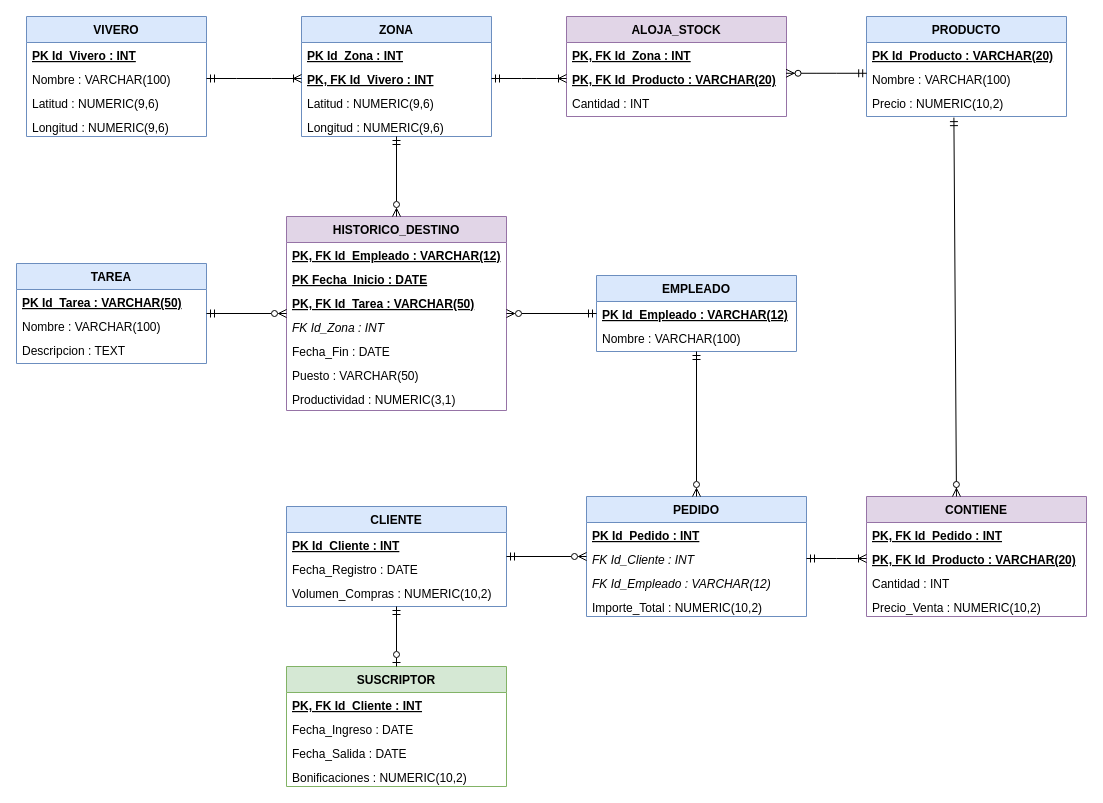
Earlier version of the draw.io diagram diagrama_modelo_relacional.drawio (sergiorosalescal/p04_adbd_modelo_relacional). Source tidied: cells renumbered, new cells numbered last; positions are measured from the earlier drawing's top-left corner, leaving out a move shared by most shapes. Both pictures are drawn from the tidied source at 100%, with x=0, y=0 at pixel (16, 16).
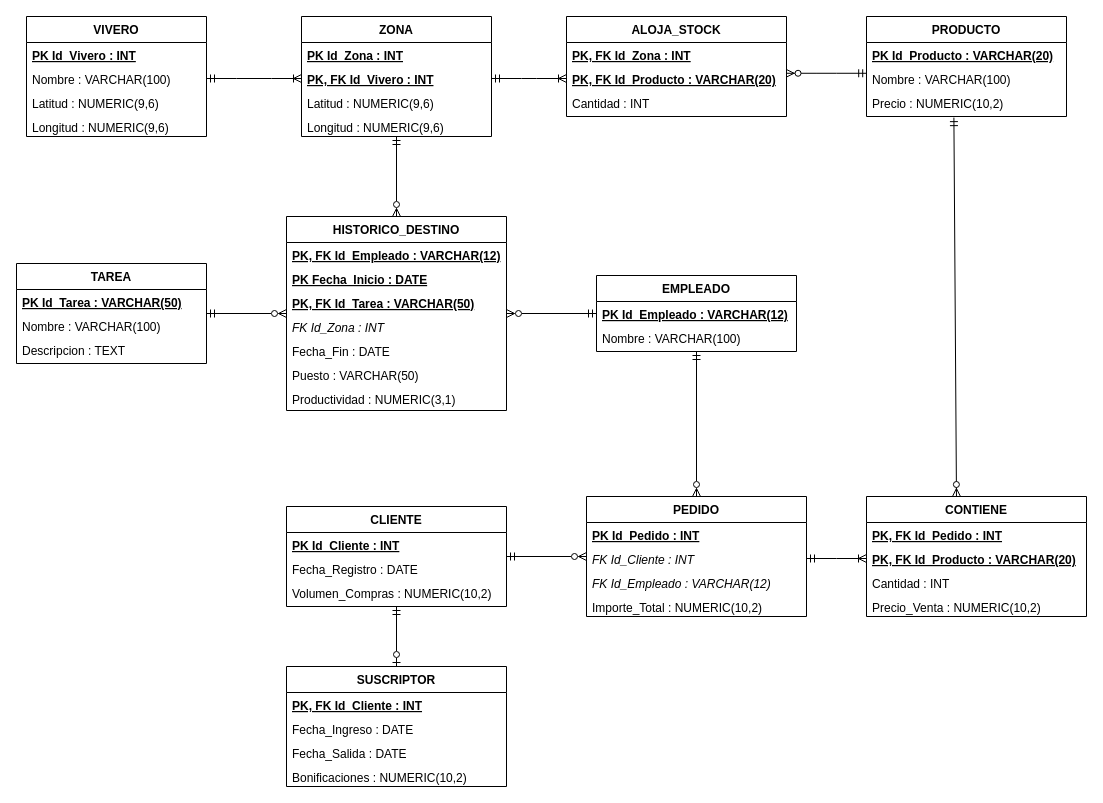
The same diagram, later.

Diff of the diagram source:
```diff
@@
-    <mxCell id="2" value="VIVERO" style="swimlane;fontStyle=1;align=center;verticalAlign=top;horizontal=1;startSize=26;fillColor=#dae8fc;strokeColor=#6c8ebf;" parent="1" vertex="1">
+    <mxCell id="2" value="VIVERO" style="swimlane;fontStyle=1;align=center;verticalAlign=top;horizontal=1;startSize=26;" parent="1" vertex="1">
       <mxGeometry x="10" width="180" height="120" as="geometry" />
     </mxCell>
-    <mxCell id="3" value="PK  Id_Vivero : INT" style="text;strokeColor=none;fillColor=none;align=left;verticalAlign=top;spacingLeft=4;spacingRight=4;overflow=hidden;fontStyle=5;" parent="2" vertex="1">
+    <mxCell id="3" value="PK  Id_Vivero : INT" style="text;align=left;verticalAlign=top;spacingLeft=4;spacingRight=4;overflow=hidden;fontStyle=5;" parent="2" vertex="1">
       <mxGeometry y="26" width="180" height="24" as="geometry" />
     </mxCell>
-    <mxCell id="4" value="      Nombre : VARCHAR(100)" style="text;strokeColor=none;fillColor=none;align=left;verticalAlign=top;spacingLeft=4;spacingRight=4;overflow=hidden;points=[[0,0.5],[1,0.5]];portConstraint=eastwest;" parent="2" vertex="1">
+    <mxCell id="4" value="      Nombre : VARCHAR(100)" style="text;align=left;verticalAlign=top;spacingLeft=4;spacingRight=4;overflow=hidden;points=[[0,0.5],[1,0.5]];portConstraint=eastwest;" parent="2" vertex="1">
       <mxGeometry y="50" width="180" height="24" as="geometry" />
     </mxCell>
-    <mxCell id="5" value="      Latitud : NUMERIC(9,6)" style="text;strokeColor=none;fillColor=none;align=left;verticalAlign=top;spacingLeft=4;spacingRight=4;overflow=hidden;" parent="2" vertex="1">
+    <mxCell id="5" value="      Latitud : NUMERIC(9,6)" style="text;align=left;verticalAlign=top;spacingLeft=4;spacingRight=4;overflow=hidden;" parent="2" vertex="1">
       <mxGeometry y="74" width="180" height="24" as="geometry" />
     </mxCell>
-    <mxCell id="6" value="      Longitud : NUMERIC(9,6)" style="text;strokeColor=none;fillColor=none;align=left;verticalAlign=top;spacingLeft=4;spacingRight=4;overflow=hidden;" parent="2" vertex="1">
+    <mxCell id="6" value="      Longitud : NUMERIC(9,6)" style="text;align=left;verticalAlign=top;spacingLeft=4;spacingRight=4;overflow=hidden;" parent="2" vertex="1">
       <mxGeometry y="98" width="180" height="22" as="geometry" />
     </mxCell>
-    <mxCell id="7" value="ZONA" style="swimlane;fontStyle=1;align=center;verticalAlign=top;horizontal=1;startSize=26;fillColor=#dae8fc;strokeColor=#6c8ebf;" parent="1" vertex="1">
+    <mxCell id="7" value="ZONA" style="swimlane;fontStyle=1;align=center;verticalAlign=top;horizontal=1;startSize=26;" parent="1" vertex="1">
       <mxGeometry x="285" width="190" height="120" as="geometry" />
     </mxCell>
-    <mxCell id="8" value="PK  Id_Zona : INT" style="text;strokeColor=none;fillColor=none;align=left;verticalAlign=top;spacingLeft=4;spacingRight=4;overflow=hidden;fontStyle=5;" parent="7" vertex="1">
+    <mxCell id="8" value="PK  Id_Zona : INT" style="text;align=left;verticalAlign=top;spacingLeft=4;spacingRight=4;overflow=hidden;fontStyle=5;" parent="7" vertex="1">
       <mxGeometry y="26" width="190" height="24" as="geometry" />
     </mxCell>
-    <mxCell id="9" value="PK, FK  Id_Vivero : INT" style="text;strokeColor=none;fillColor=none;align=left;verticalAlign=top;spacingLeft=4;spacingRight=4;overflow=hidden;points=[[0,0.5],[1,0.5]];portConstraint=eastwest;fontStyle=5;" parent="7" vertex="1">
+    <mxCell id="9" value="PK, FK  Id_Vivero : INT" style="text;align=left;verticalAlign=top;spacingLeft=4;spacingRight=4;overflow=hidden;points=[[0,0.5],[1,0.5]];portConstraint=eastwest;fontStyle=5;" parent="7" vertex="1">
       <mxGeometry y="50" width="190" height="24" as="geometry" />
     </mxCell>
-    <mxCell id="10" value="      Latitud : NUMERIC(9,6)" style="text;strokeColor=none;fillColor=none;align=left;verticalAlign=top;spacingLeft=4;spacingRight=4;overflow=hidden;" parent="7" vertex="1">
+    <mxCell id="10" value="      Latitud : NUMERIC(9,6)" style="text;align=left;verticalAlign=top;spacingLeft=4;spacingRight=4;overflow=hidden;" parent="7" vertex="1">
       <mxGeometry y="74" width="190" height="24" as="geometry" />
     </mxCell>
-    <mxCell id="11" value="      Longitud : NUMERIC(9,6)" style="text;strokeColor=none;fillColor=none;align=left;verticalAlign=top;spacingLeft=4;spacingRight=4;overflow=hidden;" parent="7" vertex="1">
+    <mxCell id="11" value="      Longitud : NUMERIC(9,6)" style="text;align=left;verticalAlign=top;spacingLeft=4;spacingRight=4;overflow=hidden;" parent="7" vertex="1">
       <mxGeometry y="98" width="190" height="22" as="geometry" />
     </mxCell>
-    <mxCell id="12" value="ALOJA_STOCK" style="swimlane;fontStyle=1;align=center;verticalAlign=top;horizontal=1;startSize=26;fillColor=#e1d5e7;strokeColor=#9673a6;" parent="1" vertex="1">
+    <mxCell id="12" value="ALOJA_STOCK" style="swimlane;fontStyle=1;align=center;verticalAlign=top;horizontal=1;startSize=26;" parent="1" vertex="1">
       <mxGeometry x="550" width="220" height="100" as="geometry" />
     </mxCell>
-    <mxCell id="13" value="PK, FK  Id_Zona : INT" style="text;strokeColor=none;fillColor=none;align=left;verticalAlign=top;spacingLeft=4;spacingRight=4;overflow=hidden;fontStyle=5;" parent="12" vertex="1">
+    <mxCell id="13" value="PK, FK  Id_Zona : INT" style="text;align=left;verticalAlign=top;spacingLeft=4;spacingRight=4;overflow=hidden;fontStyle=5;" parent="12" vertex="1">
       <mxGeometry y="26" width="220" height="24" as="geometry" />
     </mxCell>
-    <mxCell id="14" value="PK, FK  Id_Producto : VARCHAR(20)" style="text;strokeColor=none;fillColor=none;align=left;verticalAlign=top;spacingLeft=4;spacingRight=4;overflow=hidden;points=[[0,0.5],[1,0.5]];portConstraint=eastwest;fontStyle=5;" parent="12" vertex="1">
+    <mxCell id="14" value="PK, FK  Id_Producto : VARCHAR(20)" style="text;align=left;verticalAlign=top;spacingLeft=4;spacingRight=4;overflow=hidden;points=[[0,0.5],[1,0.5]];portConstraint=eastwest;fontStyle=5;" parent="12" vertex="1">
       <mxGeometry y="50" width="220" height="24" as="geometry" />
     </mxCell>
-    <mxCell id="15" value="            Cantidad : INT" style="text;strokeColor=none;fillColor=none;align=left;verticalAlign=top;spacingLeft=4;spacingRight=4;overflow=hidden;" parent="12" vertex="1">
+    <mxCell id="15" value="            Cantidad : INT" style="text;align=left;verticalAlign=top;spacingLeft=4;spacingRight=4;overflow=hidden;" parent="12" vertex="1">
       <mxGeometry y="74" width="220" height="26" as="geometry" />
     </mxCell>
-    <mxCell id="16" value="PRODUCTO" style="swimlane;fontStyle=1;align=center;verticalAlign=top;horizontal=1;startSize=26;fillColor=#dae8fc;strokeColor=#6c8ebf;" parent="1" vertex="1">
+    <mxCell id="16" value="PRODUCTO" style="swimlane;fontStyle=1;align=center;verticalAlign=top;horizontal=1;startSize=26;" parent="1" vertex="1">
       <mxGeometry x="850" width="200" height="100" as="geometry" />
     </mxCell>
-    <mxCell id="17" value="PK  Id_Producto : VARCHAR(20)" style="text;strokeColor=none;fillColor=none;align=left;verticalAlign=top;spacingLeft=4;spacingRight=4;overflow=hidden;fontStyle=5;" parent="16" vertex="1">
+    <mxCell id="17" value="PK  Id_Producto : VARCHAR(20)" style="text;align=left;verticalAlign=top;spacingLeft=4;spacingRight=4;overflow=hidden;fontStyle=5;" parent="16" vertex="1">
       <mxGeometry y="26" width="200" height="24" as="geometry" />
     </mxCell>
-    <mxCell id="18" value="      Nombre : VARCHAR(100)" style="text;strokeColor=none;fillColor=none;align=left;verticalAlign=top;spacingLeft=4;spacingRight=4;overflow=hidden;points=[[0,0.5],[1,0.5]];portConstraint=eastwest;" parent="16" vertex="1">
+    <mxCell id="18" value="      Nombre : VARCHAR(100)" style="text;align=left;verticalAlign=top;spacingLeft=4;spacingRight=4;overflow=hidden;points=[[0,0.5],[1,0.5]];portConstraint=eastwest;" parent="16" vertex="1">
       <mxGeometry y="50" width="200" height="24" as="geometry" />
     </mxCell>
-    <mxCell id="19" value="      Precio : NUMERIC(10,2)" style="text;strokeColor=none;fillColor=none;align=left;verticalAlign=top;spacingLeft=4;spacingRight=4;overflow=hidden;points=[[0,0.5],[1,0.5]];portConstraint=eastwest;" parent="16" vertex="1">
+    <mxCell id="19" value="      Precio : NUMERIC(10,2)" style="text;align=left;verticalAlign=top;spacingLeft=4;spacingRight=4;overflow=hidden;points=[[0,0.5],[1,0.5]];portConstraint=eastwest;" parent="16" vertex="1">
       <mxGeometry y="74" width="200" height="26" as="geometry" />
     </mxCell>
-    <mxCell id="20" value="TAREA" style="swimlane;fontStyle=1;align=center;verticalAlign=top;horizontal=1;startSize=26;fillColor=#dae8fc;strokeColor=#6c8ebf;" parent="1" vertex="1">
+    <mxCell id="20" value="TAREA" style="swimlane;fontStyle=1;align=center;verticalAlign=top;horizontal=1;startSize=26;" parent="1" vertex="1">
       <mxGeometry y="247" width="190" height="100" as="geometry" />
     </mxCell>
-    <mxCell id="21" value="PK  Id_Tarea : VARCHAR(50)" style="text;strokeColor=none;fillColor=none;align=left;verticalAlign=top;spacingLeft=4;spacingRight=4;overflow=hidden;fontStyle=5;" parent="20" vertex="1">
+    <mxCell id="21" value="PK  Id_Tarea : VARCHAR(50)" style="text;align=left;verticalAlign=top;spacingLeft=4;spacingRight=4;overflow=hidden;fontStyle=5;" parent="20" vertex="1">
       <mxGeometry y="26" width="190" height="24" as="geometry" />
     </mxCell>
-    <mxCell id="22" value="      Nombre : VARCHAR(100)" style="text;strokeColor=none;fillColor=none;align=left;verticalAlign=top;spacingLeft=4;spacingRight=4;overflow=hidden;" parent="20" vertex="1">
+    <mxCell id="22" value="      Nombre : VARCHAR(100)" style="text;align=left;verticalAlign=top;spacingLeft=4;spacingRight=4;overflow=hidden;" parent="20" vertex="1">
       <mxGeometry y="50" width="190" height="24" as="geometry" />
     </mxCell>
-    <mxCell id="23" value="      Descripcion : TEXT" style="text;strokeColor=none;fillColor=none;align=left;verticalAlign=top;spacingLeft=4;spacingRight=4;overflow=hidden;" parent="20" vertex="1">
+    <mxCell id="23" value="      Descripcion : TEXT" style="text;align=left;verticalAlign=top;spacingLeft=4;spacingRight=4;overflow=hidden;" parent="20" vertex="1">
       <mxGeometry y="74" width="190" height="26" as="geometry" />
     </mxCell>
-    <mxCell id="24" value="HISTORICO_DESTINO" style="swimlane;fontStyle=1;align=center;verticalAlign=top;horizontal=1;startSize=26;fillColor=#e1d5e7;strokeColor=#9673a6;" parent="1" vertex="1">
+    <mxCell id="24" value="HISTORICO_DESTINO" style="swimlane;fontStyle=1;align=center;verticalAlign=top;horizontal=1;startSize=26;" parent="1" vertex="1">
       <mxGeometry x="270" y="200" width="220" height="194" as="geometry" />
     </mxCell>
-    <mxCell id="25" value="PK, FK  Id_Empleado : VARCHAR(12)" style="text;strokeColor=none;fillColor=none;align=left;verticalAlign=top;spacingLeft=4;spacingRight=4;overflow=hidden;fontStyle=5;" parent="24" vertex="1">
+    <mxCell id="25" value="PK, FK  Id_Empleado : VARCHAR(12)" style="text;align=left;verticalAlign=top;spacingLeft=4;spacingRight=4;overflow=hidden;fontStyle=5;" parent="24" vertex="1">
       <mxGeometry y="26" width="220" height="24" as="geometry" />
     </mxCell>
-    <mxCell id="26" value="PK        Fecha_Inicio : DATE" style="text;strokeColor=none;fillColor=none;align=left;verticalAlign=top;spacingLeft=4;spacingRight=4;overflow=hidden;fontStyle=5;" parent="24" vertex="1">
+    <mxCell id="26" value="PK        Fecha_Inicio : DATE" style="text;align=left;verticalAlign=top;spacingLeft=4;spacingRight=4;overflow=hidden;fontStyle=5;" parent="24" vertex="1">
       <mxGeometry y="50" width="220" height="24" as="geometry" />
     </mxCell>
-    <mxCell id="27" value="PK, FK        Id_Tarea : VARCHAR(50)" style="text;strokeColor=none;fillColor=none;align=left;verticalAlign=top;spacingLeft=4;spacingRight=4;overflow=hidden;fontStyle=5;" parent="24" vertex="1">
+    <mxCell id="27" value="PK, FK        Id_Tarea : VARCHAR(50)" style="text;align=left;verticalAlign=top;spacingLeft=4;spacingRight=4;overflow=hidden;fontStyle=5;" parent="24" vertex="1">
       <mxGeometry y="74" width="220" height="24" as="geometry" />
     </mxCell>
-    <mxCell id="28" value="FK        Id_Zona : INT" style="text;strokeColor=none;fillColor=none;align=left;verticalAlign=top;spacingLeft=4;spacingRight=4;overflow=hidden;fontStyle=2;" parent="24" vertex="1">
+    <mxCell id="28" value="FK        Id_Zona : INT" style="text;align=left;verticalAlign=top;spacingLeft=4;spacingRight=4;overflow=hidden;fontStyle=2;" parent="24" vertex="1">
       <mxGeometry y="98" width="220" height="24" as="geometry" />
     </mxCell>
-    <mxCell id="29" value="            Fecha_Fin : DATE" style="text;strokeColor=none;fillColor=none;align=left;verticalAlign=top;spacingLeft=4;spacingRight=4;overflow=hidden;" parent="24" vertex="1">
+    <mxCell id="29" value="            Fecha_Fin : DATE" style="text;align=left;verticalAlign=top;spacingLeft=4;spacingRight=4;overflow=hidden;" parent="24" vertex="1">
       <mxGeometry y="122" width="220" height="24" as="geometry" />
     </mxCell>
-    <mxCell id="30" value="            Puesto : VARCHAR(50)" style="text;strokeColor=none;fillColor=none;align=left;verticalAlign=top;spacingLeft=4;spacingRight=4;overflow=hidden;" parent="24" vertex="1">
+    <mxCell id="30" value="            Puesto : VARCHAR(50)" style="text;align=left;verticalAlign=top;spacingLeft=4;spacingRight=4;overflow=hidden;" parent="24" vertex="1">
       <mxGeometry y="146" width="220" height="24" as="geometry" />
     </mxCell>
-    <mxCell id="31" value="            Productividad : NUMERIC(3,1)" style="text;strokeColor=none;fillColor=none;align=left;verticalAlign=top;spacingLeft=4;spacingRight=4;overflow=hidden;" parent="24" vertex="1">
+    <mxCell id="31" value="            Productividad : NUMERIC(3,1)" style="text;align=left;verticalAlign=top;spacingLeft=4;spacingRight=4;overflow=hidden;" parent="24" vertex="1">
       <mxGeometry y="170" width="220" height="24" as="geometry" />
     </mxCell>
-    <mxCell id="32" value="EMPLEADO" style="swimlane;fontStyle=1;align=center;verticalAlign=top;horizontal=1;startSize=26;fillColor=#dae8fc;strokeColor=#6c8ebf;" parent="1" vertex="1">
+    <mxCell id="32" value="EMPLEADO" style="swimlane;fontStyle=1;align=center;verticalAlign=top;horizontal=1;startSize=26;" parent="1" vertex="1">
       <mxGeometry x="580" y="259" width="200" height="76" as="geometry" />
     </mxCell>
-    <mxCell id="33" value="PK  Id_Empleado : VARCHAR(12)" style="text;strokeColor=none;fillColor=none;align=left;verticalAlign=top;spacingLeft=4;spacingRight=4;overflow=hidden;fontStyle=5;" parent="32" vertex="1">
+    <mxCell id="33" value="PK  Id_Empleado : VARCHAR(12)" style="text;align=left;verticalAlign=top;spacingLeft=4;spacingRight=4;overflow=hidden;fontStyle=5;" parent="32" vertex="1">
       <mxGeometry y="26" width="200" height="24" as="geometry" />
     </mxCell>
-    <mxCell id="34" value="      Nombre : VARCHAR(100)" style="text;strokeColor=none;fillColor=none;align=left;verticalAlign=top;spacingLeft=4;spacingRight=4;overflow=hidden;" parent="32" vertex="1">
+    <mxCell id="34" value="      Nombre : VARCHAR(100)" style="text;align=left;verticalAlign=top;spacingLeft=4;spacingRight=4;overflow=hidden;" parent="32" vertex="1">
       <mxGeometry y="50" width="200" height="26" as="geometry" />
     </mxCell>
-    <mxCell id="35" value="CLIENTE" style="swimlane;fontStyle=1;align=center;verticalAlign=top;horizontal=1;startSize=26;fillColor=#dae8fc;strokeColor=#6c8ebf;" parent="1" vertex="1">
+    <mxCell id="35" value="CLIENTE" style="swimlane;fontStyle=1;align=center;verticalAlign=top;horizontal=1;startSize=26;" parent="1" vertex="1">
       <mxGeometry x="270" y="490" width="220" height="100" as="geometry" />
     </mxCell>
-    <mxCell id="36" value="PK  Id_Cliente : INT" style="text;strokeColor=none;fillColor=none;align=left;verticalAlign=top;spacingLeft=4;spacingRight=4;overflow=hidden;fontStyle=5;" parent="35" vertex="1">
+    <mxCell id="36" value="PK  Id_Cliente : INT" style="text;align=left;verticalAlign=top;spacingLeft=4;spacingRight=4;overflow=hidden;fontStyle=5;" parent="35" vertex="1">
       <mxGeometry y="26" width="220" height="24" as="geometry" />
     </mxCell>
-    <mxCell id="37" value="      Fecha_Registro : DATE" style="text;strokeColor=none;fillColor=none;align=left;verticalAlign=top;spacingLeft=4;spacingRight=4;overflow=hidden;" parent="35" vertex="1">
+    <mxCell id="37" value="      Fecha_Registro : DATE" style="text;align=left;verticalAlign=top;spacingLeft=4;spacingRight=4;overflow=hidden;" parent="35" vertex="1">
       <mxGeometry y="50" width="220" height="24" as="geometry" />
     </mxCell>
-    <mxCell id="38" value="      Volumen_Compras : NUMERIC(10,2)" style="text;strokeColor=none;fillColor=none;align=left;verticalAlign=top;spacingLeft=4;spacingRight=4;overflow=hidden;" parent="35" vertex="1">
+    <mxCell id="38" value="      Volumen_Compras : NUMERIC(10,2)" style="text;align=left;verticalAlign=top;spacingLeft=4;spacingRight=4;overflow=hidden;" parent="35" vertex="1">
       <mxGeometry y="74" width="220" height="26" as="geometry" />
     </mxCell>
-    <mxCell id="39" value="SUSCRIPTOR" style="swimlane;fontStyle=1;align=center;verticalAlign=top;horizontal=1;startSize=26;fillColor=#d5e8d4;strokeColor=#82b366;" parent="1" vertex="1">
+    <mxCell id="39" value="SUSCRIPTOR" style="swimlane;fontStyle=1;align=center;verticalAlign=top;horizontal=1;startSize=26;" parent="1" vertex="1">
       <mxGeometry x="270" y="650" width="220" height="120" as="geometry" />
     </mxCell>
-    <mxCell id="40" value="PK, FK  Id_Cliente : INT" style="text;strokeColor=none;fillColor=none;align=left;verticalAlign=top;spacingLeft=4;spacingRight=4;overflow=hidden;fontStyle=5;" parent="39" vertex="1">
+    <mxCell id="40" value="PK, FK  Id_Cliente : INT" style="text;align=left;verticalAlign=top;spacingLeft=4;spacingRight=4;overflow=hidden;fontStyle=5;" parent="39" vertex="1">
       <mxGeometry y="26" width="220" height="24" as="geometry" />
     </mxCell>
-    <mxCell id="41" value="            Fecha_Ingreso : DATE" style="text;strokeColor=none;fillColor=none;align=left;verticalAlign=top;spacingLeft=4;spacingRight=4;overflow=hidden;" parent="39" vertex="1">
+    <mxCell id="41" value="            Fecha_Ingreso : DATE" style="text;align=left;verticalAlign=top;spacingLeft=4;spacingRight=4;overflow=hidden;" parent="39" vertex="1">
       <mxGeometry y="50" width="220" height="24" as="geometry" />
     </mxCell>
-    <mxCell id="42" value="            Fecha_Salida : DATE" style="text;strokeColor=none;fillColor=none;align=left;verticalAlign=top;spacingLeft=4;spacingRight=4;overflow=hidden;" parent="39" vertex="1">
+    <mxCell id="42" value="            Fecha_Salida : DATE" style="text;align=left;verticalAlign=top;spacingLeft=4;spacingRight=4;overflow=hidden;" parent="39" vertex="1">
       <mxGeometry y="74" width="220" height="24" as="geometry" />
     </mxCell>
-    <mxCell id="43" value="            Bonificaciones : NUMERIC(10,2)" style="text;strokeColor=none;fillColor=none;align=left;verticalAlign=top;spacingLeft=4;spacingRight=4;overflow=hidden;" parent="39" vertex="1">
+    <mxCell id="43" value="            Bonificaciones : NUMERIC(10,2)" style="text;align=left;verticalAlign=top;spacingLeft=4;spacingRight=4;overflow=hidden;" parent="39" vertex="1">
       <mxGeometry y="98" width="220" height="22" as="geometry" />
     </mxCell>
-    <mxCell id="44" value="PEDIDO" style="swimlane;fontStyle=1;align=center;verticalAlign=top;horizontal=1;startSize=26;fillColor=#dae8fc;strokeColor=#6c8ebf;" parent="1" vertex="1">
+    <mxCell id="44" value="PEDIDO" style="swimlane;fontStyle=1;align=center;verticalAlign=top;horizontal=1;startSize=26;" parent="1" vertex="1">
       <mxGeometry x="570" y="480" width="220" height="120" as="geometry" />
     </mxCell>
-    <mxCell id="45" value="PK  Id_Pedido : INT" style="text;strokeColor=none;fillColor=none;align=left;verticalAlign=top;spacingLeft=4;spacingRight=4;overflow=hidden;fontStyle=5;" parent="44" vertex="1">
+    <mxCell id="45" value="PK  Id_Pedido : INT" style="text;align=left;verticalAlign=top;spacingLeft=4;spacingRight=4;overflow=hidden;fontStyle=5;" parent="44" vertex="1">
       <mxGeometry y="26" width="220" height="24" as="geometry" />
     </mxCell>
-    <mxCell id="46" value="FK  Id_Cliente : INT" style="text;strokeColor=none;fillColor=none;align=left;verticalAlign=top;spacingLeft=4;spacingRight=4;overflow=hidden;points=[[0,0.5],[1,0.5]];portConstraint=eastwest;fontStyle=2;" parent="44" vertex="1">
+    <mxCell id="46" value="FK  Id_Cliente : INT" style="text;align=left;verticalAlign=top;spacingLeft=4;spacingRight=4;overflow=hidden;points=[[0,0.5],[1,0.5]];portConstraint=eastwest;fontStyle=2;" parent="44" vertex="1">
       <mxGeometry y="50" width="220" height="24" as="geometry" />
     </mxCell>
-    <mxCell id="47" value="FK  Id_Empleado : VARCHAR(12)" style="text;strokeColor=none;fillColor=none;align=left;verticalAlign=top;spacingLeft=4;spacingRight=4;overflow=hidden;fontStyle=2;" parent="44" vertex="1">
+    <mxCell id="47" value="FK  Id_Empleado : VARCHAR(12)" style="text;align=left;verticalAlign=top;spacingLeft=4;spacingRight=4;overflow=hidden;fontStyle=2;" parent="44" vertex="1">
       <mxGeometry y="74" width="220" height="24" as="geometry" />
     </mxCell>
-    <mxCell id="48" value="      Importe_Total : NUMERIC(10,2)" style="text;strokeColor=none;fillColor=none;align=left;verticalAlign=top;spacingLeft=4;spacingRight=4;overflow=hidden;" parent="44" vertex="1">
+    <mxCell id="48" value="      Importe_Total : NUMERIC(10,2)" style="text;align=left;verticalAlign=top;spacingLeft=4;spacingRight=4;overflow=hidden;" parent="44" vertex="1">
       <mxGeometry y="98" width="220" height="22" as="geometry" />
     </mxCell>
-    <mxCell id="49" value="CONTIENE" style="swimlane;fontStyle=1;align=center;verticalAlign=top;horizontal=1;startSize=26;fillColor=#e1d5e7;strokeColor=#9673a6;" parent="1" vertex="1">
+    <mxCell id="49" value="CONTIENE" style="swimlane;fontStyle=1;align=center;verticalAlign=top;horizontal=1;startSize=26;" parent="1" vertex="1">
       <mxGeometry x="850" y="480" width="220" height="120" as="geometry" />
     </mxCell>
-    <mxCell id="50" value="PK, FK  Id_Pedido : INT" style="text;strokeColor=none;fillColor=none;align=left;verticalAlign=top;spacingLeft=4;spacingRight=4;overflow=hidden;fontStyle=5;" parent="49" vertex="1">
+    <mxCell id="50" value="PK, FK  Id_Pedido : INT" style="text;align=left;verticalAlign=top;spacingLeft=4;spacingRight=4;overflow=hidden;fontStyle=5;" parent="49" vertex="1">
       <mxGeometry y="26" width="220" height="24" as="geometry" />
     </mxCell>
-    <mxCell id="51" value="PK, FK  Id_Producto : VARCHAR(20)" style="text;strokeColor=none;fillColor=none;align=left;verticalAlign=top;spacingLeft=4;spacingRight=4;overflow=hidden;points=[[0,0.5],[1,0.5]];portConstraint=eastwest;fontStyle=5;" parent="49" vertex="1">
+    <mxCell id="51" value="PK, FK  Id_Producto : VARCHAR(20)" style="text;align=left;verticalAlign=top;spacingLeft=4;spacingRight=4;overflow=hidden;points=[[0,0.5],[1,0.5]];portConstraint=eastwest;fontStyle=5;" parent="49" vertex="1">
       <mxGeometry y="50" width="220" height="24" as="geometry" />
     </mxCell>
-    <mxCell id="52" value="            Cantidad : INT" style="text;strokeColor=none;fillColor=none;align=left;verticalAlign=top;spacingLeft=4;spacingRight=4;overflow=hidden;" parent="49" vertex="1">
+    <mxCell id="52" value="            Cantidad : INT" style="text;align=left;verticalAlign=top;spacingLeft=4;spacingRight=4;overflow=hidden;" parent="49" vertex="1">
       <mxGeometry y="74" width="220" height="24" as="geometry" />
     </mxCell>
-    <mxCell id="53" value="            Precio_Venta : NUMERIC(10,2)" style="text;strokeColor=none;fillColor=none;align=left;verticalAlign=top;spacingLeft=4;spacingRight=4;overflow=hidden;" parent="49" vertex="1">
+    <mxCell id="53" value="            Precio_Venta : NUMERIC(10,2)" style="text;align=left;verticalAlign=top;spacingLeft=4;spacingRight=4;overflow=hidden;" parent="49" vertex="1">
       <mxGeometry y="98" width="220" height="22" as="geometry" />
     </mxCell>
```
